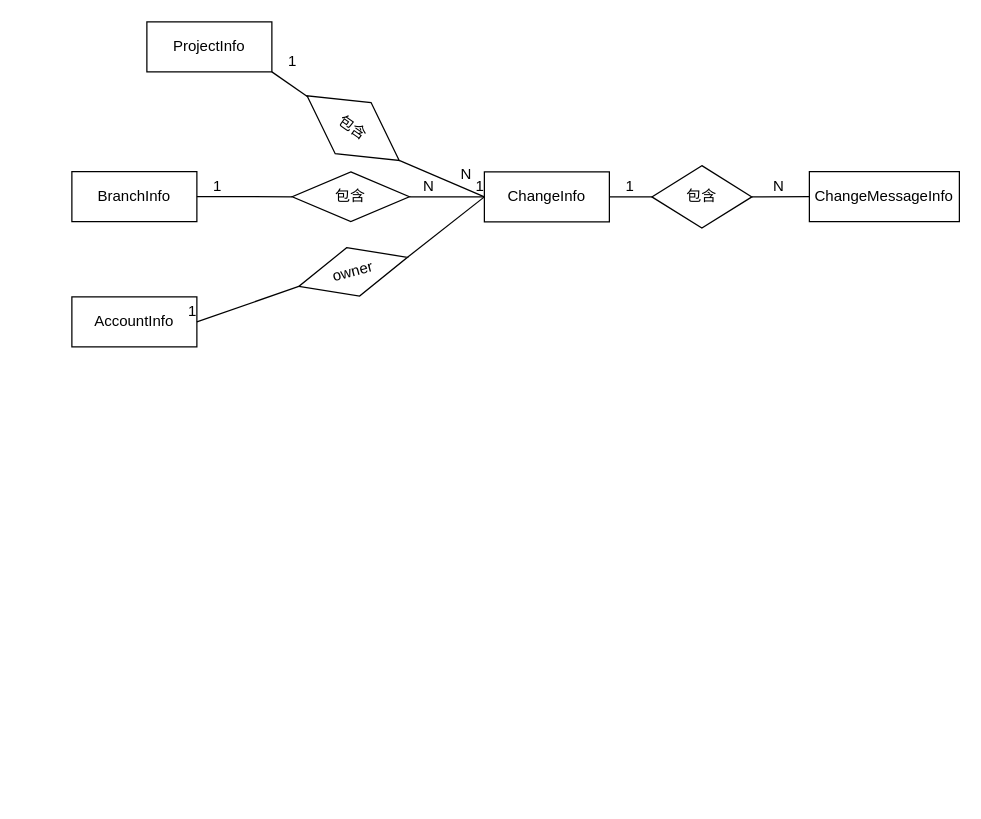
This is Untitled Diagram.drawio from nongfang55/drawio, a draw.io file, before an edit. Source tidied: cells renumbered, new cells numbered last; positions are measured from the earlier drawing's top-left corner, leaving out a move shared by most shapes. Both pictures are drawn from the tidied source at 125%, with x=0, y=0 at pixel (71, 21).
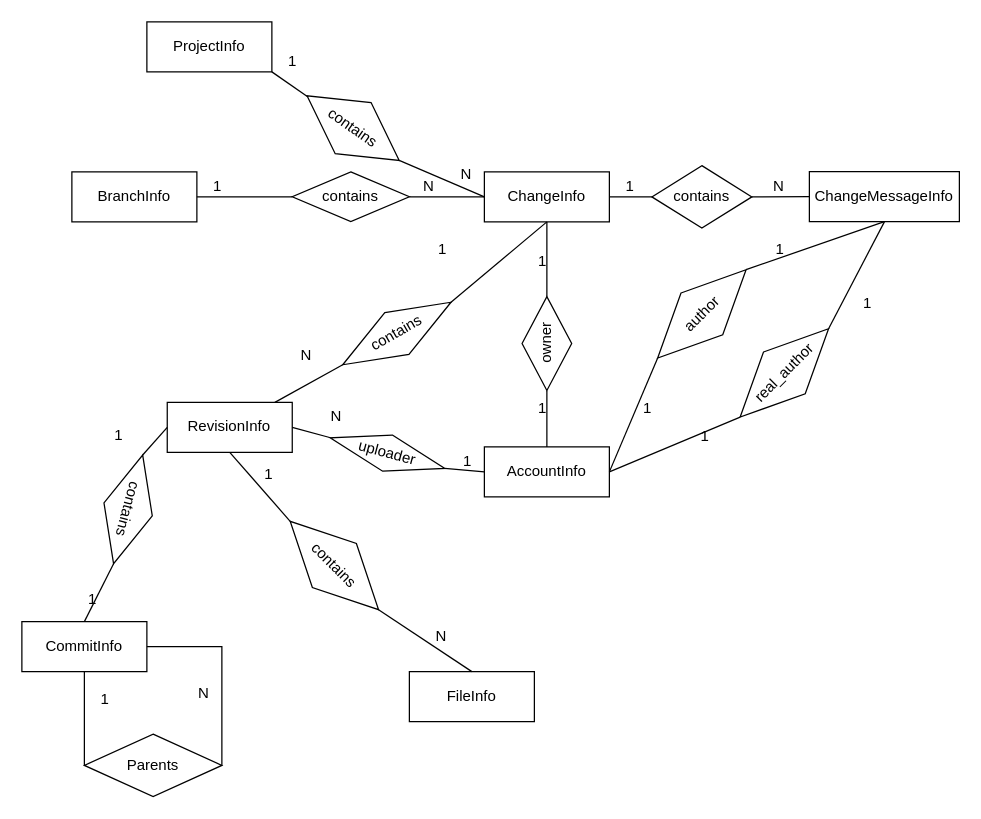
The same diagram, later.

The change refers to these unchanged cells:
```xml
<mxCell id="2" value="ChangeInfo" style="whiteSpace=wrap;html=1;align=center;" parent="1" vertex="1">
  <mxGeometry x="330" y="120" width="100" height="40" as="geometry" />
</mxCell>
<mxCell id="4" value="ChangeMessageInfo" style="whiteSpace=wrap;html=1;align=center;" parent="1" vertex="1">
  <mxGeometry x="590" y="119.8" width="120" height="40" as="geometry" />
</mxCell>
```

Diff of the diagram source:
```diff
@@
-    <mxCell id="3" value="包含" style="shape=rhombus;perimeter=rhombusPerimeter;whiteSpace=wrap;html=1;align=center;" parent="1" vertex="1">
+    <mxCell id="3" value="contains" style="shape=rhombus;perimeter=rhombusPerimeter;whiteSpace=wrap;html=1;align=center;" parent="1" vertex="1">
       <mxGeometry x="464" y="115" width="80" height="50" as="geometry" />
     </mxCell>
@@
-    <mxCell id="10" value="包含" style="shape=rhombus;perimeter=rhombusPerimeter;whiteSpace=wrap;html=1;align=center;rotation=35;" parent="1" vertex="1">
+    <mxCell id="10" value="contains" style="shape=rhombus;perimeter=rhombusPerimeter;whiteSpace=wrap;html=1;align=center;rotation=35;" parent="1" vertex="1">
       <mxGeometry x="180" y="60" width="90" height="50" as="geometry" />
     </mxCell>
@@
     <mxCell id="15" value="BranchInfo" style="whiteSpace=wrap;html=1;align=center;" parent="1" vertex="1">
-      <mxGeometry y="119.8" width="100" height="40" as="geometry" />
+      <mxGeometry y="120" width="100" height="40" as="geometry" />
     </mxCell>
-    <mxCell id="16" value="包含" style="shape=rhombus;perimeter=rhombusPerimeter;whiteSpace=wrap;html=1;align=center;rotation=0;" parent="1" vertex="1">
+    <mxCell id="16" value="contains" style="shape=rhombus;perimeter=rhombusPerimeter;whiteSpace=wrap;html=1;align=center;rotation=0;" parent="1" vertex="1">
       <mxGeometry x="176.3" y="120" width="93.7" height="39.8" as="geometry" />
     </mxCell>
@@
     <mxCell id="21" value="AccountInfo" style="whiteSpace=wrap;html=1;align=center;" parent="1" vertex="1">
-      <mxGeometry y="220" width="100" height="40" as="geometry" />
+      <mxGeometry x="330" y="340" width="100" height="40" as="geometry" />
     </mxCell>
-    <mxCell id="22" value="owner" style="shape=rhombus;perimeter=rhombusPerimeter;whiteSpace=wrap;html=1;align=center;rotation=-15;" parent="1" vertex="1">
-      <mxGeometry x="180" y="180" width="90" height="40" as="geometry" />
+    <mxCell id="22" value="owner" style="shape=rhombus;perimeter=rhombusPerimeter;whiteSpace=wrap;html=1;align=center;rotation=-90;" parent="1" vertex="1">
+      <mxGeometry x="342.5" y="237.5" width="75" height="39.7" as="geometry" />
     </mxCell>
-    <mxCell id="23" style="endArrow=none;html=1;rounded=0;exitX=1;exitY=0.5;exitDx=0;exitDy=0;" parent="1" edge="1" source="22">
-      <mxGeometry relative="1" as="geometry">
-        <mxPoint x="330" y="140" as="targetPoint" />
-      </mxGeometry>
-    </mxCell>
-    <mxCell id="24" value="1" style="html=1;align=right;verticalAlign=bottom;" parent="23" vertex="1">
-      <mxGeometry x="1" relative="1" as="geometry" />
-    </mxCell>
-    <mxCell id="25" style="endArrow=none;html=1;rounded=0;entryX=1;entryY=0.5;entryDx=0;entryDy=0;exitX=0;exitY=0.5;exitDx=0;exitDy=0;" parent="1" edge="1" source="22" target="21">
+    <mxCell id="25" style="endArrow=none;html=1;rounded=0;entryX=0.5;entryY=0;entryDx=0;entryDy=0;exitX=0;exitY=0.5;exitDx=0;exitDy=0;" parent="1" edge="1" source="22" target="21">
       <mxGeometry relative="1" as="geometry" />
     </mxCell>
     <mxCell id="26" value="1" style="html=1;align=right;verticalAlign=bottom;" parent="25" vertex="1">
-      <mxGeometry x="1" relative="1" as="geometry" />
+      <mxGeometry x="1" relative="1" as="geometry">
+        <mxPoint y="-23" as="offset" />
+      </mxGeometry>
     </mxCell>
+    <mxCell id="27" style="endArrow=none;html=1;rounded=0;entryX=0.5;entryY=1;entryDx=0;entryDy=0;exitX=1;exitY=0.5;exitDx=0;exitDy=0;" parent="1" edge="1" source="22" target="2">
+      <mxGeometry relative="1" as="geometry" />
+    </mxCell>
+    <mxCell id="28" value="1" style="html=1;align=right;verticalAlign=bottom;" parent="27" vertex="1">
+      <mxGeometry x="1" relative="1" as="geometry">
+        <mxPoint y="40" as="offset" />
+      </mxGeometry>
+    </mxCell>
+    <mxCell id="29" value="author" style="shape=rhombus;perimeter=rhombusPerimeter;whiteSpace=wrap;html=1;align=center;rotation=-45;" parent="1" vertex="1">
+      <mxGeometry x="454" y="210" width="100" height="47.2" as="geometry" />
+    </mxCell>
+    <mxCell id="30" style="endArrow=none;html=1;rounded=0;entryX=0.5;entryY=1;entryDx=0;entryDy=0;exitX=1;exitY=0.5;exitDx=0;exitDy=0;" parent="1" edge="1" source="29" target="4">
+      <mxGeometry relative="1" as="geometry" />
+    </mxCell>
+    <mxCell id="31" value="1" style="html=1;align=right;verticalAlign=bottom;" parent="30" vertex="1">
+      <mxGeometry x="1" relative="1" as="geometry">
+        <mxPoint x="-80" y="30" as="offset" />
+      </mxGeometry>
+    </mxCell>
+    <mxCell id="32" style="endArrow=none;html=1;rounded=0;entryX=1;entryY=0.5;entryDx=0;entryDy=0;exitX=0;exitY=0.5;exitDx=0;exitDy=0;" parent="1" edge="1" source="29" target="21">
+      <mxGeometry relative="1" as="geometry" />
+    </mxCell>
+    <mxCell id="33" value="1" style="html=1;align=right;verticalAlign=bottom;" parent="32" vertex="1">
+      <mxGeometry x="1" relative="1" as="geometry">
+        <mxPoint x="34" y="-43" as="offset" />
+      </mxGeometry>
+    </mxCell>
+    <mxCell id="34" value="real_author" style="shape=rhombus;perimeter=rhombusPerimeter;whiteSpace=wrap;html=1;align=center;rotation=-45;" parent="1" vertex="1">
+      <mxGeometry x="520" y="257.2" width="100" height="47.2" as="geometry" />
+    </mxCell>
+    <mxCell id="35" style="endArrow=none;html=1;rounded=0;exitX=1;exitY=0.5;exitDx=0;exitDy=0;" parent="1" edge="1" source="34">
+      <mxGeometry relative="1" as="geometry">
+        <mxPoint x="650" y="160" as="targetPoint" />
+      </mxGeometry>
+    </mxCell>
+    <mxCell id="36" value="1" style="html=1;align=right;verticalAlign=bottom;" parent="35" vertex="1">
+      <mxGeometry x="1" relative="1" as="geometry">
+        <mxPoint x="-10" y="73" as="offset" />
+      </mxGeometry>
+    </mxCell>
+    <mxCell id="37" style="endArrow=none;html=1;rounded=0;exitX=0;exitY=0.5;exitDx=0;exitDy=0;entryX=1;entryY=0.5;entryDx=0;entryDy=0;" parent="1" edge="1" source="34" target="21">
+      <mxGeometry relative="1" as="geometry" />
+    </mxCell>
+    <mxCell id="38" value="1" style="html=1;align=right;verticalAlign=bottom;" parent="37" vertex="1">
+      <mxGeometry x="1" relative="1" as="geometry">
+        <mxPoint x="80" y="-20" as="offset" />
+      </mxGeometry>
+    </mxCell>
+    <mxCell id="39" value="RevisionInfo" style="whiteSpace=wrap;html=1;align=center;" parent="1" vertex="1">
+      <mxGeometry x="76.3" y="304.4" width="100" height="40" as="geometry" />
+    </mxCell>
+    <mxCell id="40" value="contains" style="shape=rhombus;perimeter=rhombusPerimeter;whiteSpace=wrap;html=1;align=center;rotation=-30;" parent="1" vertex="1">
+      <mxGeometry x="210" y="230" width="100" height="38.6" as="geometry" />
+    </mxCell>
+    <mxCell id="41" style="endArrow=none;html=1;rounded=0;exitX=1;exitY=0.5;exitDx=0;exitDy=0;entryX=0.5;entryY=1;entryDx=0;entryDy=0;" parent="1" edge="1" source="40" target="2">
+      <mxGeometry relative="1" as="geometry" />
+    </mxCell>
+    <mxCell id="42" value="1" style="html=1;align=right;verticalAlign=bottom;" parent="41" vertex="1">
+      <mxGeometry x="1" relative="1" as="geometry">
+        <mxPoint x="-80" y="30" as="offset" />
+      </mxGeometry>
+    </mxCell>
+    <mxCell id="43" style="endArrow=none;html=1;rounded=0;exitX=0;exitY=0.5;exitDx=0;exitDy=0;" parent="1" edge="1" source="40" target="39">
+      <mxGeometry relative="1" as="geometry" />
+    </mxCell>
+    <mxCell id="44" value="N" style="html=1;align=right;verticalAlign=bottom;" parent="43" vertex="1">
+      <mxGeometry x="1" relative="1" as="geometry">
+        <mxPoint x="30" y="-29" as="offset" />
+      </mxGeometry>
+    </mxCell>
+    <mxCell id="45" value="uploader" style="shape=rhombus;perimeter=rhombusPerimeter;whiteSpace=wrap;html=1;align=center;rotation=15;" parent="1" vertex="1">
+      <mxGeometry x="205" y="330" width="95" height="30" as="geometry" />
+    </mxCell>
+    <mxCell id="46" style="endArrow=none;html=1;rounded=0;entryX=1;entryY=0.5;entryDx=0;entryDy=0;" parent="1" edge="1" source="45" target="39">
+      <mxGeometry relative="1" as="geometry" />
+    </mxCell>
+    <mxCell id="47" value="N" style="html=1;align=right;verticalAlign=bottom;" parent="46" vertex="1">
+      <mxGeometry x="1" relative="1" as="geometry">
+        <mxPoint x="40" as="offset" />
+      </mxGeometry>
+    </mxCell>
+    <mxCell id="48" style="endArrow=none;html=1;rounded=0;entryX=0;entryY=0.5;entryDx=0;entryDy=0;exitX=1;exitY=0.5;exitDx=0;exitDy=0;" parent="1" edge="1" source="45" target="21">
+      <mxGeometry relative="1" as="geometry" />
+    </mxCell>
+    <mxCell id="49" value="1" style="html=1;align=right;verticalAlign=bottom;" parent="48" vertex="1">
+      <mxGeometry x="1" relative="1" as="geometry">
+        <mxPoint x="-10" as="offset" />
+      </mxGeometry>
+    </mxCell>
+    <mxCell id="50" value="CommitInfo" style="whiteSpace=wrap;html=1;align=center;" parent="1" vertex="1">
+      <mxGeometry x="-40" y="479.8" width="100" height="40" as="geometry" />
+    </mxCell>
+    <mxCell id="51" value="contains" style="shape=rhombus;perimeter=rhombusPerimeter;whiteSpace=wrap;html=1;align=center;rotation=105;" parent="1" vertex="1">
+      <mxGeometry y="370" width="90" height="40" as="geometry" />
+    </mxCell>
+    <mxCell id="52" style="endArrow=none;html=1;rounded=0;entryX=0.5;entryY=0;entryDx=0;entryDy=0;exitX=1;exitY=0.5;exitDx=0;exitDy=0;" parent="1" edge="1" source="51" target="50">
+      <mxGeometry relative="1" as="geometry" />
+    </mxCell>
+    <mxCell id="53" value="1" style="html=1;align=right;verticalAlign=bottom;" parent="52" vertex="1">
+      <mxGeometry x="1" relative="1" as="geometry">
+        <mxPoint x="10" y="-10" as="offset" />
+      </mxGeometry>
+    </mxCell>
+    <mxCell id="54" style="endArrow=none;html=1;rounded=0;entryX=0;entryY=0.5;entryDx=0;entryDy=0;exitX=0;exitY=0.5;exitDx=0;exitDy=0;" parent="1" edge="1" source="51" target="39">
+      <mxGeometry relative="1" as="geometry" />
+    </mxCell>
+    <mxCell id="55" value="1" style="html=1;align=right;verticalAlign=bottom;" parent="54" vertex="1">
+      <mxGeometry x="1" relative="1" as="geometry">
+        <mxPoint x="-36" y="15" as="offset" />
+      </mxGeometry>
+    </mxCell>
+    <mxCell id="56" value="Parents" style="shape=rhombus;perimeter=rhombusPerimeter;whiteSpace=wrap;html=1;align=center;" parent="1" vertex="1">
+      <mxGeometry x="10" y="569.8" width="110" height="50" as="geometry" />
+    </mxCell>
+    <mxCell id="57" style="endArrow=none;html=1;rounded=0;entryX=0.5;entryY=1;entryDx=0;entryDy=0;exitX=0;exitY=0.5;exitDx=0;exitDy=0;" parent="1" edge="1" source="56" target="50">
+      <mxGeometry relative="1" as="geometry" />
+    </mxCell>
+    <mxCell id="58" value="1" style="html=1;align=right;verticalAlign=bottom;" parent="57" vertex="1">
+      <mxGeometry x="1" relative="1" as="geometry">
+        <mxPoint x="20" y="30" as="offset" />
+      </mxGeometry>
+    </mxCell>
+    <mxCell id="59" style="endArrow=none;html=1;rounded=0;entryX=1;entryY=0.5;entryDx=0;entryDy=0;exitX=1;exitY=0.5;exitDx=0;exitDy=0;" parent="1" edge="1" source="56" target="50">
+      <mxGeometry relative="1" as="geometry">
+        <Array as="points">
+          <mxPoint x="120" y="499.8" />
+        </Array>
+      </mxGeometry>
+    </mxCell>
+    <mxCell id="60" value="N" style="html=1;align=right;verticalAlign=bottom;" parent="59" vertex="1">
+      <mxGeometry x="1" relative="1" as="geometry">
+        <mxPoint x="50" y="45" as="offset" />
+      </mxGeometry>
+    </mxCell>
+    <mxCell id="61" value="FileInfo" style="whiteSpace=wrap;html=1;align=center;" parent="1" vertex="1">
+      <mxGeometry x="270" y="519.8" width="100" height="40" as="geometry" />
+    </mxCell>
+    <mxCell id="62" value="contains" style="shape=rhombus;perimeter=rhombusPerimeter;whiteSpace=wrap;html=1;align=center;rotation=45;" parent="1" vertex="1">
+      <mxGeometry x="160" y="410" width="100" height="49.8" as="geometry" />
+    </mxCell>
+    <mxCell id="63" style="endArrow=none;html=1;rounded=0;entryX=0.5;entryY=0;entryDx=0;entryDy=0;exitX=1;exitY=0.5;exitDx=0;exitDy=0;" parent="1" edge="1" source="62" target="61">
+      <mxGeometry relative="1" as="geometry" />
+    </mxCell>
+    <mxCell id="64" value="N" style="html=1;align=right;verticalAlign=bottom;" parent="63" vertex="1">
+      <mxGeometry x="1" relative="1" as="geometry">
+        <mxPoint x="-20" y="-20" as="offset" />
+      </mxGeometry>
+    </mxCell>
+    <mxCell id="65" style="endArrow=none;html=1;rounded=0;entryX=0.5;entryY=1;entryDx=0;entryDy=0;exitX=0;exitY=0.5;exitDx=0;exitDy=0;" parent="1" edge="1" source="62" target="39">
+      <mxGeometry relative="1" as="geometry" />
+    </mxCell>
+    <mxCell id="66" value="1" style="html=1;align=right;verticalAlign=bottom;" parent="65" vertex="1">
+      <mxGeometry x="1" relative="1" as="geometry">
+        <mxPoint x="34" y="25" as="offset" />
+      </mxGeometry>
+    </mxCell>
```
